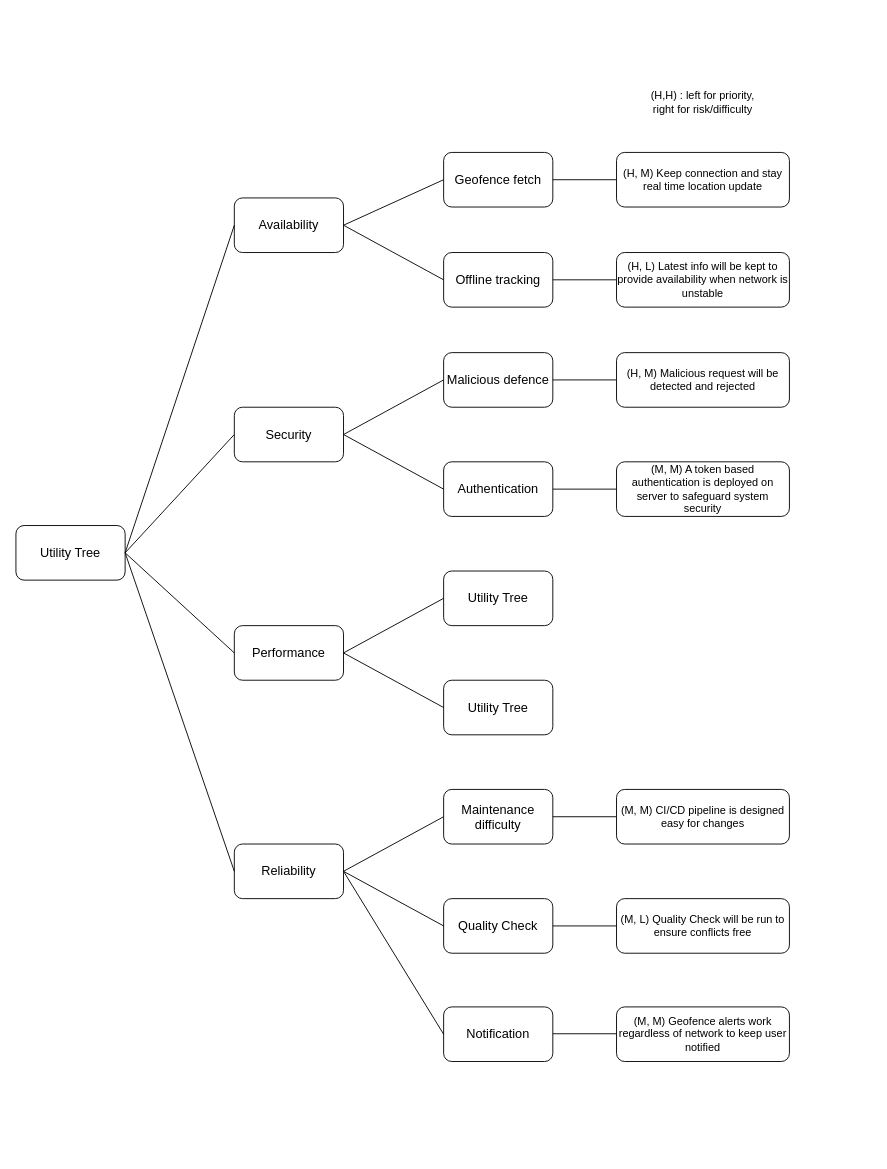
AndyC00/Diagrams keeps this draw.io diagram as Cardiac Arrest Emergency Notification System/Utility Tree.drawio. Above is the earlier version. Source tidied: cells renumbered, new cells numbered last; positions are measured from the earlier drawing's top-left corner, leaving out a move shared by most shapes. Both pictures are drawn from the tidied source at 91%, with x=0, y=0 at pixel (15, 88).
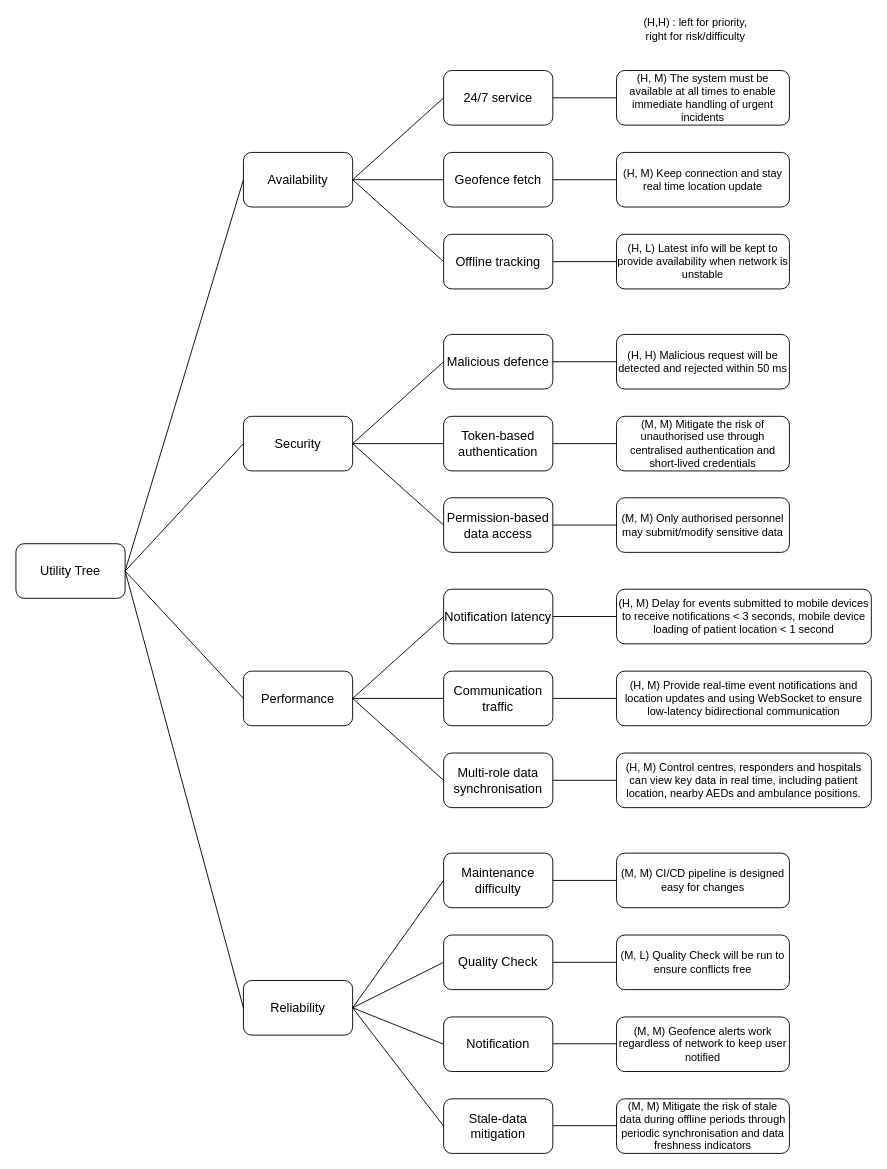
The same page after the edit.

The edit, as a diff of the source:
```diff
@@
     <mxCell id="2" value="&lt;font style=&quot;font-size: 14px;&quot;&gt;Utility Tree&lt;/font&gt;" style="rounded=1;whiteSpace=wrap;html=1;" parent="1" vertex="1">
-      <mxGeometry y="480" width="120" height="60" as="geometry" />
+      <mxGeometry y="500" width="120" height="60" as="geometry" />
     </mxCell>
     <mxCell id="3" value="&lt;font style=&quot;font-size: 14px;&quot;&gt;Availability&lt;/font&gt;" style="rounded=1;whiteSpace=wrap;html=1;" parent="1" vertex="1">
-      <mxGeometry x="240" y="120" width="120" height="60" as="geometry" />
+      <mxGeometry x="250" y="70" width="120" height="60" as="geometry" />
     </mxCell>
     <mxCell id="4" value="&lt;font style=&quot;font-size: 14px;&quot;&gt;Security&lt;/font&gt;" style="rounded=1;whiteSpace=wrap;html=1;" parent="1" vertex="1">
-      <mxGeometry x="240" y="350" width="120" height="60" as="geometry" />
+      <mxGeometry x="250" y="360" width="120" height="60" as="geometry" />
     </mxCell>
     <mxCell id="5" value="&lt;font style=&quot;font-size: 14px;&quot;&gt;Malicious defence&lt;/font&gt;" style="rounded=1;whiteSpace=wrap;html=1;" parent="1" vertex="1">
-      <mxGeometry x="470" y="290" width="120" height="60" as="geometry" />
+      <mxGeometry x="470" y="270" width="120" height="60" as="geometry" />
     </mxCell>
-    <mxCell id="6" value="&lt;font style=&quot;font-size: 14px;&quot;&gt;Authentication&lt;/font&gt;" style="rounded=1;whiteSpace=wrap;html=1;" parent="1" vertex="1">
-      <mxGeometry x="470" y="410" width="120" height="60" as="geometry" />
+    <mxCell id="6" value="&lt;font style=&quot;font-size: 14px;&quot;&gt;Token-based authentication&lt;/font&gt;" style="rounded=1;whiteSpace=wrap;html=1;" parent="1" vertex="1">
+      <mxGeometry x="470" y="360" width="120" height="60" as="geometry" />
     </mxCell>
     <mxCell id="7" value="&lt;font style=&quot;font-size: 14px;&quot;&gt;Performance&lt;/font&gt;" style="rounded=1;whiteSpace=wrap;html=1;" parent="1" vertex="1">
-      <mxGeometry x="240" y="590" width="120" height="60" as="geometry" />
+      <mxGeometry x="250" y="640" width="120" height="60" as="geometry" />
     </mxCell>
@@
     <mxCell id="9" value="&lt;font style=&quot;font-size: 14px;&quot;&gt;Offline tracking&lt;/font&gt;" style="rounded=1;whiteSpace=wrap;html=1;" parent="1" vertex="1">
-      <mxGeometry x="470" y="180" width="120" height="60" as="geometry" />
+      <mxGeometry x="470" y="160" width="120" height="60" as="geometry" />
     </mxCell>
-    <mxCell id="10" value="&lt;font style=&quot;font-size: 14px;&quot;&gt;Utility Tree&lt;/font&gt;" style="rounded=1;whiteSpace=wrap;html=1;" parent="1" vertex="1">
-      <mxGeometry x="470" y="530" width="120" height="60" as="geometry" />
+    <mxCell id="10" value="&lt;font style=&quot;font-size: 14px;&quot;&gt;Notification latency&lt;/font&gt;" style="rounded=1;whiteSpace=wrap;html=1;" parent="1" vertex="1">
+      <mxGeometry x="470" y="550" width="120" height="60" as="geometry" />
     </mxCell>
-    <mxCell id="11" value="&lt;font style=&quot;font-size: 14px;&quot;&gt;Utility Tree&lt;/font&gt;" style="rounded=1;whiteSpace=wrap;html=1;" parent="1" vertex="1">
-      <mxGeometry x="470" y="650" width="120" height="60" as="geometry" />
+    <mxCell id="11" value="&lt;font style=&quot;font-size: 14px;&quot;&gt;Communication traffic&lt;/font&gt;" style="rounded=1;whiteSpace=wrap;html=1;" parent="1" vertex="1">
+      <mxGeometry x="470" y="640" width="120" height="60" as="geometry" />
     </mxCell>
@@
     <mxCell id="21" value="&lt;font style=&quot;font-size: 14px;&quot;&gt;Reliability&lt;/font&gt;" style="rounded=1;whiteSpace=wrap;html=1;" parent="1" vertex="1">
-      <mxGeometry x="240" y="830" width="120" height="60" as="geometry" />
+      <mxGeometry x="250" y="980" width="120" height="60" as="geometry" />
     </mxCell>
@@
     <mxCell id="23" value="&lt;font style=&quot;font-size: 14px;&quot;&gt;Quality Check&lt;/font&gt;" style="rounded=1;whiteSpace=wrap;html=1;" parent="1" vertex="1">
-      <mxGeometry x="470" y="890" width="120" height="60" as="geometry" />
+      <mxGeometry x="470" y="930" width="120" height="60" as="geometry" />
     </mxCell>
-    <mxCell id="24" style="endArrow=none;html=1;rounded=0;exitX=1;exitY=0.5;exitDx=0;exitDy=0;entryX=0;entryY=0.5;entryDx=0;entryDy=0;" parent="1" edge="1" target="23">
-      <mxGeometry relative="1" as="geometry">
-        <mxPoint x="360" y="860" as="sourcePoint" />
-      </mxGeometry>
+    <mxCell id="24" style="endArrow=none;html=1;rounded=0;exitX=1;exitY=0.5;exitDx=0;exitDy=0;entryX=0;entryY=0.5;entryDx=0;entryDy=0;" parent="1" edge="1" source="21" target="23">
+      <mxGeometry relative="1" as="geometry" />
     </mxCell>
-    <mxCell id="25" style="endArrow=none;html=1;rounded=0;exitX=1;exitY=0.5;exitDx=0;exitDy=0;entryX=0;entryY=0.5;entryDx=0;entryDy=0;" parent="1" edge="1" target="26">
-      <mxGeometry relative="1" as="geometry">
-        <mxPoint x="360" y="860" as="sourcePoint" />
-      </mxGeometry>
+    <mxCell id="25" style="endArrow=none;html=1;rounded=0;exitX=1;exitY=0.5;exitDx=0;exitDy=0;entryX=0;entryY=0.5;entryDx=0;entryDy=0;" parent="1" edge="1" source="21" target="26">
+      <mxGeometry relative="1" as="geometry" />
     </mxCell>
     <mxCell id="26" value="&lt;font style=&quot;font-size: 14px;&quot;&gt;Maintenance difficulty&lt;/font&gt;" style="rounded=1;whiteSpace=wrap;html=1;" parent="1" vertex="1">
-      <mxGeometry x="470" y="770" width="120" height="60" as="geometry" />
+      <mxGeometry x="470" y="840" width="120" height="60" as="geometry" />
     </mxCell>
     <mxCell id="27" style="endArrow=none;html=1;rounded=0;exitX=1;exitY=0.5;exitDx=0;exitDy=0;" parent="1" edge="1" source="26">
       <mxGeometry relative="1" as="geometry">
-        <mxPoint x="660" y="800" as="targetPoint" />
+        <mxPoint x="660" y="870" as="targetPoint" />
       </mxGeometry>
     </mxCell>
     <mxCell id="28" value="(M, M) CI/CD pipeline is designed easy for changes" style="rounded=1;whiteSpace=wrap;html=1;" parent="1" vertex="1">
-      <mxGeometry x="660" y="770" width="190" height="60" as="geometry" />
+      <mxGeometry x="660" y="840" width="190" height="60" as="geometry" />
     </mxCell>
     <mxCell id="29" value="(M, L) Quality Check will be run to ensure conflicts free" style="rounded=1;whiteSpace=wrap;html=1;" parent="1" vertex="1">
-      <mxGeometry x="660" y="890" width="190" height="60" as="geometry" />
+      <mxGeometry x="660" y="930" width="190" height="60" as="geometry" />
     </mxCell>
     <mxCell id="30" style="endArrow=none;html=1;rounded=0;exitX=1;exitY=0.5;exitDx=0;exitDy=0;" parent="1" edge="1">
       <mxGeometry relative="1" as="geometry">
-        <mxPoint x="590" y="920" as="sourcePoint" />
-        <mxPoint x="660" y="920" as="targetPoint" />
+        <mxPoint x="590" y="960" as="sourcePoint" />
+        <mxPoint x="660" y="960" as="targetPoint" />
       </mxGeometry>
     </mxCell>
-    <mxCell id="31" value="(H, M) Malicious request will be detected and rejected" style="rounded=1;whiteSpace=wrap;html=1;" parent="1" vertex="1">
-      <mxGeometry x="660" y="290" width="190" height="60" as="geometry" />
+    <mxCell id="31" value="(H, H) Malicious request will be detected and rejected within 50 ms" style="rounded=1;whiteSpace=wrap;html=1;" parent="1" vertex="1">
+      <mxGeometry x="660" y="270" width="190" height="60" as="geometry" />
     </mxCell>
     <mxCell id="32" style="endArrow=none;html=1;rounded=0;exitX=1;exitY=0.5;exitDx=0;exitDy=0;" parent="1" edge="1">
       <mxGeometry relative="1" as="geometry">
-        <mxPoint x="590" y="320" as="sourcePoint" />
-        <mxPoint x="660" y="320" as="targetPoint" />
+        <mxPoint x="590" y="300" as="sourcePoint" />
+        <mxPoint x="660" y="300" as="targetPoint" />
       </mxGeometry>
     </mxCell>
     <mxCell id="33" value="(H, L) Latest info will be kept to provide availability when network is unstable" style="rounded=1;whiteSpace=wrap;html=1;" parent="1" vertex="1">
-      <mxGeometry x="660" y="180" width="190" height="60" as="geometry" />
+      <mxGeometry x="660" y="160" width="190" height="60" as="geometry" />
     </mxCell>
     <mxCell id="34" style="endArrow=none;html=1;rounded=0;exitX=1;exitY=0.5;exitDx=0;exitDy=0;" parent="1" edge="1">
       <mxGeometry relative="1" as="geometry">
-        <mxPoint x="590" y="210" as="sourcePoint" />
-        <mxPoint x="660" y="210" as="targetPoint" />
+        <mxPoint x="590" y="190" as="sourcePoint" />
+        <mxPoint x="660" y="190" as="targetPoint" />
       </mxGeometry>
     </mxCell>
-    <mxCell id="35" value="(M, M) A token based authentication is deployed on server to safeguard system security" style="rounded=1;whiteSpace=wrap;html=1;" parent="1" vertex="1">
-      <mxGeometry x="660" y="410" width="190" height="60" as="geometry" />
+    <mxCell id="35" value="(M, M)&amp;nbsp;&lt;span style=&quot;background-color: transparent; color: light-dark(rgb(0, 0, 0), rgb(255, 255, 255));&quot;&gt;Mitigate the risk of unauthorised use through centralised authentication and short-lived credentials&lt;/span&gt;" style="rounded=1;whiteSpace=wrap;html=1;" parent="1" vertex="1">
+      <mxGeometry x="660" y="360" width="190" height="60" as="geometry" />
     </mxCell>
     <mxCell id="36" style="endArrow=none;html=1;rounded=0;exitX=1;exitY=0.5;exitDx=0;exitDy=0;" parent="1" edge="1">
       <mxGeometry relative="1" as="geometry">
-        <mxPoint x="590" y="440" as="sourcePoint" />
-        <mxPoint x="660" y="440" as="targetPoint" />
+        <mxPoint x="590" y="390" as="sourcePoint" />
+        <mxPoint x="660" y="390" as="targetPoint" />
       </mxGeometry>
     </mxCell>
@@
     <mxCell id="39" value="&lt;font style=&quot;font-size: 14px;&quot;&gt;Notification&lt;/font&gt;" style="rounded=1;whiteSpace=wrap;html=1;" parent="1" vertex="1">
-      <mxGeometry x="470" y="1009" width="120" height="60" as="geometry" />
+      <mxGeometry x="470" y="1020" width="120" height="60" as="geometry" />
     </mxCell>
     <mxCell id="40" value="(M, M) Geofence alerts work regardless of network to keep user notified" style="rounded=1;whiteSpace=wrap;html=1;" parent="1" vertex="1">
-      <mxGeometry x="660" y="1009" width="190" height="60" as="geometry" />
+      <mxGeometry x="660" y="1020" width="190" height="60" as="geometry" />
     </mxCell>
@@
     <mxCell id="42" style="endArrow=none;html=1;rounded=0;exitX=1;exitY=0.5;exitDx=0;exitDy=0;" parent="1" edge="1">
       <mxGeometry relative="1" as="geometry">
-        <mxPoint x="590" y="1038.5" as="sourcePoint" />
-        <mxPoint x="660" y="1038.5" as="targetPoint" />
+        <mxPoint x="590" y="1049.5" as="sourcePoint" />
+        <mxPoint x="660" y="1049.5" as="targetPoint" />
       </mxGeometry>
     </mxCell>
     <mxCell id="43" value="(H,H) : left for priority, right for risk/difficulty" style="text;html=1;whiteSpace=wrap;strokeColor=none;fillColor=none;align=center;verticalAlign=middle;rounded=0;" parent="1" vertex="1">
-      <mxGeometry x="690" width="130" height="30" as="geometry" />
+      <mxGeometry x="682" y="-80" width="130" height="30" as="geometry" />
     </mxCell>
+    <mxCell id="44" value="(H, M)&amp;nbsp;&lt;span style=&quot;background-color: transparent; color: light-dark(rgb(0, 0, 0), rgb(255, 255, 255));&quot;&gt;Delay for events submitted to mobile devices to receive notifications &amp;lt; 3 seconds, mobile device loading of patient location &amp;lt; 1 second&lt;/span&gt;" style="rounded=1;whiteSpace=wrap;html=1;" parent="1" vertex="1">
+      <mxGeometry x="660" y="550" width="280" height="60" as="geometry" />
+    </mxCell>
+    <mxCell id="45" style="endArrow=none;html=1;rounded=0;exitX=1;exitY=0.5;exitDx=0;exitDy=0;" parent="1" edge="1">
+      <mxGeometry relative="1" as="geometry">
+        <mxPoint x="590" y="580" as="sourcePoint" />
+        <mxPoint x="660" y="580" as="targetPoint" />
+      </mxGeometry>
+    </mxCell>
+    <mxCell id="46" value="(H, M)&amp;nbsp;&lt;span style=&quot;background-color: transparent; color: light-dark(rgb(0, 0, 0), rgb(255, 255, 255));&quot;&gt;The system must be available at all times to enable immediate handling of urgent incidents&lt;/span&gt;" style="rounded=1;whiteSpace=wrap;html=1;" parent="1" vertex="1">
+      <mxGeometry x="660" y="-20" width="190" height="60" as="geometry" />
+    </mxCell>
+    <mxCell id="47" style="endArrow=none;html=1;rounded=0;exitX=1;exitY=0.5;exitDx=0;exitDy=0;" parent="1" edge="1">
+      <mxGeometry relative="1" as="geometry">
+        <mxPoint x="590" y="10" as="sourcePoint" />
+        <mxPoint x="660" y="10" as="targetPoint" />
+      </mxGeometry>
+    </mxCell>
+    <mxCell id="48" value="&lt;font style=&quot;font-size: 14px;&quot;&gt;24/7 service&lt;/font&gt;" style="rounded=1;whiteSpace=wrap;html=1;" parent="1" vertex="1">
+      <mxGeometry x="470" y="-20" width="120" height="60" as="geometry" />
+    </mxCell>
+    <mxCell id="49" style="endArrow=none;html=1;rounded=0;exitX=1;exitY=0.5;exitDx=0;exitDy=0;entryX=0;entryY=0.5;entryDx=0;entryDy=0;" parent="1" edge="1" source="3" target="48">
+      <mxGeometry relative="1" as="geometry" />
+    </mxCell>
+    <mxCell id="50" value="&lt;font style=&quot;font-size: 14px;&quot;&gt;Permission-based data access&lt;/font&gt;" style="rounded=1;whiteSpace=wrap;html=1;" parent="1" vertex="1">
+      <mxGeometry x="470" y="449.5" width="120" height="60" as="geometry" />
+    </mxCell>
+    <mxCell id="51" style="endArrow=none;html=1;rounded=0;exitX=1;exitY=0.5;exitDx=0;exitDy=0;" parent="1" edge="1">
+      <mxGeometry relative="1" as="geometry">
+        <mxPoint x="590" y="479.5" as="sourcePoint" />
+        <mxPoint x="660" y="479.5" as="targetPoint" />
+      </mxGeometry>
+    </mxCell>
+    <mxCell id="52" value="(M, M)&amp;nbsp;&lt;span style=&quot;background-color: transparent; color: light-dark(rgb(0, 0, 0), rgb(255, 255, 255));&quot;&gt;Only authorised personnel may submit/modify sensitive data&lt;/span&gt;" style="rounded=1;whiteSpace=wrap;html=1;" parent="1" vertex="1">
+      <mxGeometry x="660" y="449.5" width="190" height="60" as="geometry" />
+    </mxCell>
+    <mxCell id="53" style="endArrow=none;html=1;rounded=0;exitX=1;exitY=0.5;exitDx=0;exitDy=0;entryX=0;entryY=0.5;entryDx=0;entryDy=0;" parent="1" edge="1" source="4" target="50">
+      <mxGeometry relative="1" as="geometry" />
+    </mxCell>
+    <mxCell id="54" style="endArrow=none;html=1;rounded=0;exitX=1;exitY=0.5;exitDx=0;exitDy=0;" parent="1" edge="1">
+      <mxGeometry relative="1" as="geometry">
+        <mxPoint x="590" y="670" as="sourcePoint" />
+        <mxPoint x="660" y="670" as="targetPoint" />
+      </mxGeometry>
+    </mxCell>
+    <mxCell id="55" value="(H, M)&amp;nbsp;&lt;span style=&quot;background-color: transparent; color: light-dark(rgb(0, 0, 0), rgb(255, 255, 255));&quot;&gt;Provide real-time event notifications and location updates and using WebSocket to ensure low-latency bidirectional communication&lt;/span&gt;" style="rounded=1;whiteSpace=wrap;html=1;" parent="1" vertex="1">
+      <mxGeometry x="660" y="640" width="280" height="60" as="geometry" />
+    </mxCell>
+    <mxCell id="56" style="endArrow=none;html=1;rounded=0;exitX=1;exitY=0.5;exitDx=0;exitDy=0;entryX=0;entryY=0.5;entryDx=0;entryDy=0;" parent="1" edge="1" source="7" target="57">
+      <mxGeometry relative="1" as="geometry" />
+    </mxCell>
+    <mxCell id="57" value="&lt;font style=&quot;font-size: 14px;&quot;&gt;Multi-role data synchronisation&lt;/font&gt;" style="rounded=1;whiteSpace=wrap;html=1;" parent="1" vertex="1">
+      <mxGeometry x="470" y="730" width="120" height="60" as="geometry" />
+    </mxCell>
+    <mxCell id="58" style="endArrow=none;html=1;rounded=0;exitX=1;exitY=0.5;exitDx=0;exitDy=0;" parent="1" edge="1">
+      <mxGeometry relative="1" as="geometry">
+        <mxPoint x="590" y="760" as="sourcePoint" />
+        <mxPoint x="660" y="760" as="targetPoint" />
+      </mxGeometry>
+    </mxCell>
+    <mxCell id="59" value="(H, M)&amp;nbsp;&lt;span style=&quot;background-color: transparent; color: light-dark(rgb(0, 0, 0), rgb(255, 255, 255));&quot;&gt;Control centres, responders and hospitals can view key data in real time, including patient location, nearby AEDs and ambulance positions.&lt;/span&gt;" style="rounded=1;whiteSpace=wrap;html=1;" parent="1" vertex="1">
+      <mxGeometry x="660" y="730" width="280" height="60" as="geometry" />
+    </mxCell>
+    <mxCell id="60" value="(M, M)&amp;nbsp;&lt;span style=&quot;background-color: transparent; color: light-dark(rgb(0, 0, 0), rgb(255, 255, 255));&quot;&gt;Mitigate the risk of stale data during offline periods through periodic synchronisation and data freshness indicators&lt;/span&gt;" style="rounded=1;whiteSpace=wrap;html=1;" parent="1" vertex="1">
+      <mxGeometry x="660" y="1110" width="190" height="60" as="geometry" />
+    </mxCell>
+    <mxCell id="61" style="endArrow=none;html=1;rounded=0;exitX=1;exitY=0.5;exitDx=0;exitDy=0;" parent="1" edge="1">
+      <mxGeometry relative="1" as="geometry">
+        <mxPoint x="590" y="1139.5" as="sourcePoint" />
+        <mxPoint x="660" y="1139.5" as="targetPoint" />
+      </mxGeometry>
+    </mxCell>
+    <mxCell id="62" value="&lt;font style=&quot;font-size: 14px;&quot;&gt;Stale-data mitigation&lt;/font&gt;" style="rounded=1;whiteSpace=wrap;html=1;" parent="1" vertex="1">
+      <mxGeometry x="470" y="1110" width="120" height="60" as="geometry" />
+    </mxCell>
+    <mxCell id="63" style="endArrow=none;html=1;rounded=0;exitX=1;exitY=0.5;exitDx=0;exitDy=0;entryX=0;entryY=0.5;entryDx=0;entryDy=0;" parent="1" edge="1" source="21" target="62">
+      <mxGeometry relative="1" as="geometry" />
+    </mxCell>
```
